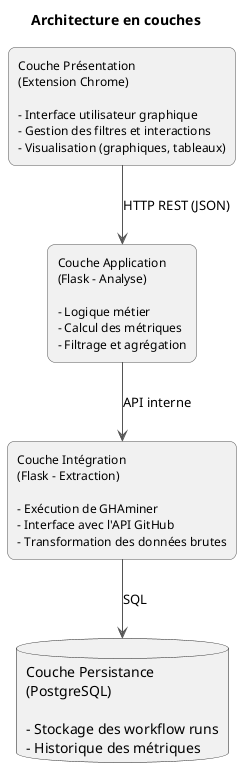
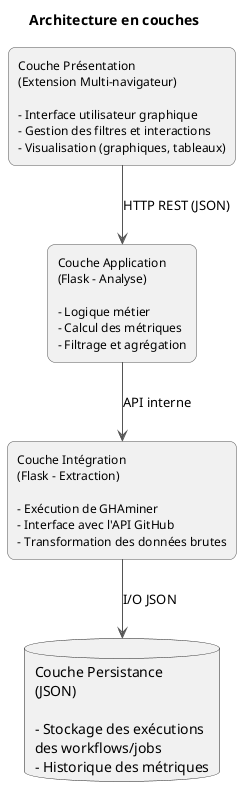
@startuml
title Architecture en couches

skinparam shadowing false
skinparam rectangle {
  RoundCorner 15
  BorderColor #555
  FontSize 12
}
skinparam arrowColor #555

' --- Définition des couches ---
- rectangle "Couche Présentation\n(Extension Chrome)\n\n- Interface utilisateur graphique\n- Gestion des filtres et interactions\n- Visualisation (graphiques, tableaux)" as Pres
+ rectangle "Couche Présentation\n(Extension Multi-navigateur)\n\n- Interface utilisateur graphique\n- Gestion des filtres et interactions\n- Visualisation (graphiques, tableaux)" as Pres

rectangle "Couche Application\n(Flask - Analyse)\n\n- Logique métier\n- Calcul des métriques\n- Filtrage et agrégation" as App

rectangle "Couche Intégration\n(Flask - Extraction)\n\n- Exécution de GHAminer\n- Interface avec l'API GitHub\n- Transformation des données brutes" as Intg

- database "Couche Persistance\n(PostgreSQL)\n\n- Stockage des workflow runs\n- Historique des métriques" as DB
+ database "Couche Persistance\n(JSON)\n\n- Stockage des exécutions \ndes workflows/jobs\n- Historique des métriques" as DB

' --- Relations entre couches ---
Pres -down-> App : HTTP REST (JSON)
App -down-> Intg : API interne
- Intg -down-> DB : SQL
+ Intg -down-> DB : I/O JSON

- @enduml
+ @enduml